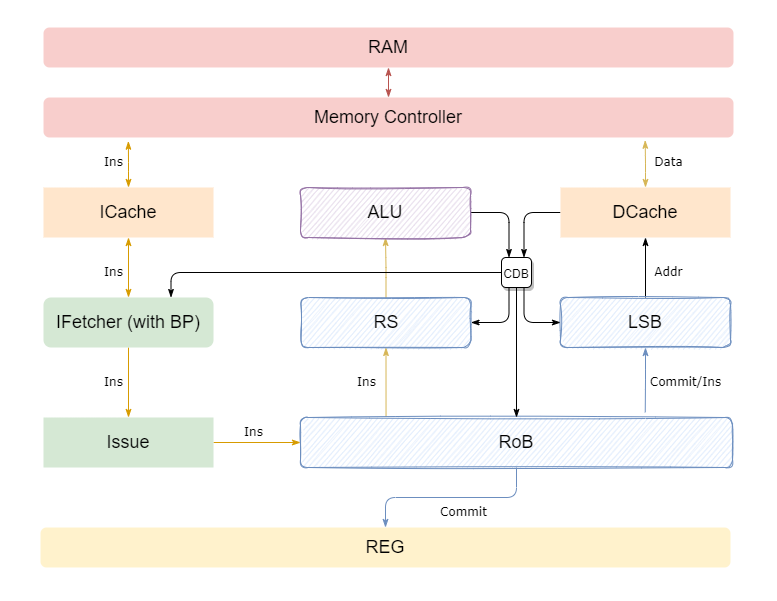
Before: README.assets/designment.png, a diagram exported from draw.io (Jerx2y/RISCV-CPU-2022). Source tidied: cells renumbered, new cells last; positions are measured from the earlier drawing's top-left corner, leaving out a move shared by most shapes. The source it was exported from:
```xml
<mxGraphModel>
  <root>
    <mxCell id="0" />
    <mxCell id="1" parent="0" />
    <mxCell id="2" style="edgeStyle=orthogonalEdgeStyle;rounded=1;jettySize=auto;html=1;exitX=0.5;exitY=1;exitDx=0;exitDy=0;entryX=0.5;entryY=0;entryDx=0;entryDy=0;labelBackgroundColor=default;fontSize=18;startArrow=classicThin;startFill=1;endArrow=classicThin;endFill=1;fillColor=#f8cecc;strokeColor=#b85450;" parent="1" edge="1" source="3" target="23">
      <mxGeometry relative="1" as="geometry" />
    </mxCell>
    <mxCell id="3" value="RAM" style="whiteSpace=wrap;html=1;glass=0;strokeColor=none;fontSize=18;fillColor=#f8cecc;rounded=1;" parent="1" vertex="1">
      <mxGeometry x="3" width="690" height="40" as="geometry" />
    </mxCell>
    <mxCell id="4" style="edgeStyle=orthogonalEdgeStyle;rounded=1;jettySize=auto;html=1;exitX=0.5;exitY=0;exitDx=0;exitDy=0;entryX=0.123;entryY=1.092;entryDx=0;entryDy=0;labelBackgroundColor=default;fontSize=18;startArrow=classicThin;startFill=1;endArrow=classicThin;endFill=1;fillColor=#ffe6cc;strokeColor=#d79b00;entryPerimeter=0;" parent="1" edge="1" source="6" target="23">
      <mxGeometry relative="1" as="geometry" />
    </mxCell>
    <mxCell id="5" style="edgeStyle=orthogonalEdgeStyle;rounded=1;jettySize=auto;html=1;exitX=0.5;exitY=1;exitDx=0;exitDy=0;entryX=0.5;entryY=0;entryDx=0;entryDy=0;labelBackgroundColor=default;fontSize=18;startArrow=classicThin;startFill=1;endArrow=classicThin;endFill=1;fillColor=#ffe6cc;strokeColor=#d79b00;" parent="1" edge="1" source="6" target="11">
      <mxGeometry relative="1" as="geometry" />
    </mxCell>
    <mxCell id="6" value="ICache" style="whiteSpace=wrap;html=1;glass=0;strokeColor=none;fontSize=18;fillColor=#ffe6cc;rounded=0;" parent="1" vertex="1">
      <mxGeometry x="3" y="160" width="170" height="50" as="geometry" />
    </mxCell>
    <mxCell id="7" style="edgeStyle=orthogonalEdgeStyle;rounded=1;jettySize=auto;html=1;exitX=0.5;exitY=0;exitDx=0;exitDy=0;entryX=0.872;entryY=1.069;entryDx=0;entryDy=0;entryPerimeter=0;labelBackgroundColor=default;fontSize=18;startArrow=classicThin;startFill=1;endArrow=classicThin;endFill=1;fillColor=#fff2cc;strokeColor=#d6b656;" parent="1" edge="1" source="9" target="23">
      <mxGeometry relative="1" as="geometry" />
    </mxCell>
    <mxCell id="8" style="edgeStyle=orthogonalEdgeStyle;rounded=1;jettySize=auto;html=1;exitX=0;exitY=0.5;exitDx=0;exitDy=0;entryX=0.75;entryY=0;entryDx=0;entryDy=0;labelBackgroundColor=default;fontSize=10;startArrow=none;startFill=0;endArrow=classicThin;endFill=1;" parent="1" edge="1" source="9" target="31">
      <mxGeometry relative="1" as="geometry" />
    </mxCell>
    <mxCell id="9" value="DCache" style="whiteSpace=wrap;html=1;glass=0;strokeColor=none;fontSize=18;fillColor=#ffe6cc;rounded=0;" parent="1" vertex="1">
      <mxGeometry x="520" y="160" width="170" height="50" as="geometry" />
    </mxCell>
    <mxCell id="10" style="edgeStyle=orthogonalEdgeStyle;rounded=1;jettySize=auto;html=1;exitX=0.5;exitY=1;exitDx=0;exitDy=0;entryX=0.5;entryY=0;entryDx=0;entryDy=0;labelBackgroundColor=default;fontSize=18;startArrow=none;startFill=0;endArrow=classicThin;endFill=1;fillColor=#ffe6cc;strokeColor=#d79b00;" parent="1" edge="1" source="11" target="13">
      <mxGeometry relative="1" as="geometry" />
    </mxCell>
    <mxCell id="11" value="IFetcher (with BP)" style="whiteSpace=wrap;html=1;glass=0;strokeColor=none;fontSize=18;fillColor=#d5e8d4;rounded=1;sketch=0;shadow=0;" parent="1" vertex="1">
      <mxGeometry x="3" y="270" width="170" height="50" as="geometry" />
    </mxCell>
    <mxCell id="12" style="edgeStyle=orthogonalEdgeStyle;rounded=1;jettySize=auto;html=1;exitX=1;exitY=0.5;exitDx=0;exitDy=0;entryX=0;entryY=0.5;entryDx=0;entryDy=0;labelBackgroundColor=default;fontSize=18;startArrow=none;startFill=0;endArrow=classicThin;endFill=1;fillColor=#ffe6cc;strokeColor=#d79b00;" parent="1" edge="1" source="13" target="15">
      <mxGeometry relative="1" as="geometry" />
    </mxCell>
    <mxCell id="13" value="Issue" style="whiteSpace=wrap;html=1;glass=0;strokeColor=none;fontSize=18;fillColor=#d5e8d4;rounded=0;" parent="1" vertex="1">
      <mxGeometry x="3" y="390" width="170" height="50" as="geometry" />
    </mxCell>
    <mxCell id="14" style="edgeStyle=orthogonalEdgeStyle;rounded=1;jettySize=auto;html=1;exitX=0.198;exitY=-0.016;exitDx=0;exitDy=0;entryX=0.5;entryY=1;entryDx=0;entryDy=0;labelBackgroundColor=default;fontSize=18;startArrow=none;startFill=0;endArrow=classicThin;endFill=1;exitPerimeter=0;fillColor=#fff2cc;strokeColor=#d6b656;" parent="1" edge="1" source="15" target="20">
      <mxGeometry relative="1" as="geometry" />
    </mxCell>
    <mxCell id="15" value="RoB" style="whiteSpace=wrap;html=1;glass=0;strokeColor=#6c8ebf;fontSize=18;fillColor=#dae8fc;rounded=1;sketch=1;" parent="1" vertex="1">
      <mxGeometry x="260" y="390" width="432" height="50" as="geometry" />
    </mxCell>
    <mxCell id="16" style="edgeStyle=orthogonalEdgeStyle;rounded=1;jettySize=auto;html=1;exitX=0.5;exitY=1;exitDx=0;exitDy=0;entryX=0.798;entryY=-0.104;entryDx=0;entryDy=0;entryPerimeter=0;labelBackgroundColor=default;fontSize=18;startArrow=classicThin;startFill=1;endArrow=none;endFill=0;fillColor=#dae8fc;strokeColor=#6c8ebf;" parent="1" edge="1" source="18" target="15">
      <mxGeometry relative="1" as="geometry" />
    </mxCell>
    <mxCell id="17" style="edgeStyle=orthogonalEdgeStyle;rounded=1;jettySize=auto;html=1;exitX=0.5;exitY=0;exitDx=0;exitDy=0;entryX=0.5;entryY=1;entryDx=0;entryDy=0;labelBackgroundColor=default;fontSize=18;startArrow=none;startFill=0;endArrow=classicThin;endFill=1;" parent="1" edge="1" source="18" target="9">
      <mxGeometry relative="1" as="geometry" />
    </mxCell>
    <mxCell id="18" value="LSB" style="whiteSpace=wrap;html=1;glass=0;strokeColor=#6c8ebf;fontSize=18;fillColor=#dae8fc;rounded=1;sketch=1;" parent="1" vertex="1">
      <mxGeometry x="520" y="270" width="170" height="50" as="geometry" />
    </mxCell>
    <mxCell id="19" style="edgeStyle=orthogonalEdgeStyle;rounded=1;jettySize=auto;html=1;exitX=0.5;exitY=0;exitDx=0;exitDy=0;entryX=0.5;entryY=1;entryDx=0;entryDy=0;labelBackgroundColor=default;fontSize=18;startArrow=none;startFill=0;endArrow=classicThin;endFill=1;fillColor=#fff2cc;strokeColor=#d6b656;" parent="1" edge="1" source="20" target="25">
      <mxGeometry relative="1" as="geometry" />
    </mxCell>
    <mxCell id="20" value="RS" style="whiteSpace=wrap;html=1;glass=0;strokeColor=#6c8ebf;fontSize=18;fillColor=#dae8fc;rounded=1;sketch=1;" parent="1" vertex="1">
      <mxGeometry x="260.5" y="270" width="170" height="50" as="geometry" />
    </mxCell>
    <mxCell id="21" style="edgeStyle=orthogonalEdgeStyle;rounded=1;jettySize=auto;html=1;exitX=0.5;exitY=0;exitDx=0;exitDy=0;labelBackgroundColor=default;fontSize=18;startArrow=classicThin;startFill=1;endArrow=none;endFill=0;fillColor=#dae8fc;strokeColor=#6c8ebf;" parent="1" edge="1" source="22" target="15">
      <mxGeometry relative="1" as="geometry" />
    </mxCell>
    <mxCell id="22" value="REG" style="whiteSpace=wrap;html=1;glass=0;fontSize=18;rounded=1;fillColor=#fff2cc;strokeColor=none;" parent="1" vertex="1">
      <mxGeometry y="500" width="690" height="40" as="geometry" />
    </mxCell>
    <mxCell id="23" value="Memory Controller" style="whiteSpace=wrap;html=1;glass=0;strokeColor=none;fontSize=18;fillColor=#f8cecc;rounded=1;" parent="1" vertex="1">
      <mxGeometry x="3" y="70" width="690" height="40" as="geometry" />
    </mxCell>
    <mxCell id="24" style="rounded=1;jettySize=auto;html=1;exitX=1;exitY=0.5;exitDx=0;exitDy=0;entryX=0.25;entryY=0;entryDx=0;entryDy=0;labelBackgroundColor=default;fontSize=10;startArrow=none;startFill=0;endArrow=classicThin;endFill=1;edgeStyle=orthogonalEdgeStyle;" parent="1" edge="1" source="25" target="31">
      <mxGeometry relative="1" as="geometry" />
    </mxCell>
    <mxCell id="25" value="ALU" style="whiteSpace=wrap;html=1;glass=0;strokeColor=#9673a6;fontSize=18;fillColor=#e1d5e7;rounded=1;shadow=0;sketch=1;" parent="1" vertex="1">
      <mxGeometry x="260" y="160" width="170" height="50" as="geometry" />
    </mxCell>
    <mxCell id="26" style="edgeStyle=orthogonalEdgeStyle;rounded=1;orthogonalLoop=1;jettySize=auto;html=1;exitX=0.5;exitY=1;exitDx=0;exitDy=0;labelBackgroundColor=default;fontSize=18;startArrow=classicThin;startFill=1;endArrow=classicThin;endFill=1;" parent="1" edge="1" source="23" target="23">
      <mxGeometry relative="1" as="geometry" />
    </mxCell>
    <mxCell id="27" style="edgeStyle=orthogonalEdgeStyle;rounded=1;jettySize=auto;html=1;exitX=0.25;exitY=1;exitDx=0;exitDy=0;entryX=1;entryY=0.5;entryDx=0;entryDy=0;labelBackgroundColor=default;fontSize=10;startArrow=none;startFill=0;endArrow=classicThin;endFill=1;" parent="1" edge="1" source="31" target="20">
      <mxGeometry relative="1" as="geometry" />
    </mxCell>
    <mxCell id="28" style="edgeStyle=orthogonalEdgeStyle;rounded=1;jettySize=auto;html=1;exitX=0.75;exitY=1;exitDx=0;exitDy=0;entryX=0;entryY=0.5;entryDx=0;entryDy=0;labelBackgroundColor=default;fontSize=10;startArrow=none;startFill=0;endArrow=classicThin;endFill=1;" parent="1" edge="1" source="31" target="18">
      <mxGeometry relative="1" as="geometry" />
    </mxCell>
    <mxCell id="29" style="edgeStyle=orthogonalEdgeStyle;rounded=1;jettySize=auto;html=1;exitX=0.5;exitY=1;exitDx=0;exitDy=0;entryX=0.5;entryY=0;entryDx=0;entryDy=0;labelBackgroundColor=default;fontSize=10;startArrow=none;startFill=0;endArrow=classicThin;endFill=1;" parent="1" edge="1" source="31" target="15">
      <mxGeometry relative="1" as="geometry" />
    </mxCell>
    <mxCell id="30" style="edgeStyle=orthogonalEdgeStyle;rounded=1;jettySize=auto;html=1;exitX=0;exitY=0.5;exitDx=0;exitDy=0;entryX=0.75;entryY=0;entryDx=0;entryDy=0;labelBackgroundColor=default;fontSize=10;startArrow=none;startFill=0;endArrow=classicThin;endFill=1;" parent="1" edge="1" source="31" target="11">
      <mxGeometry relative="1" as="geometry" />
    </mxCell>
    <mxCell id="31" value="&lt;font style=&quot;font-size: 10px;&quot;&gt;CDB&lt;/font&gt;" style="whiteSpace=wrap;html=1;glass=0;fontSize=18;rounded=1;strokeColor=default;shadow=1;" parent="1" vertex="1">
      <mxGeometry x="461" y="230" width="30" height="30" as="geometry" />
    </mxCell>
    <mxCell id="32" value="Commit/Ins" style="text;html=1;align=center;verticalAlign=middle;strokeColor=none;fillColor=none;fontSize=10;fontFamily=Verdana;" parent="1" vertex="1">
      <mxGeometry x="600" y="340" width="90" height="30" as="geometry" />
    </mxCell>
    <mxCell id="33" value="Commit" style="text;html=1;align=center;verticalAlign=middle;strokeColor=none;fillColor=none;fontSize=10;fontFamily=Verdana;" parent="1" vertex="1">
      <mxGeometry x="388" y="470" width="70" height="30" as="geometry" />
    </mxCell>
    <mxCell id="34" value="Addr" style="text;html=1;align=center;verticalAlign=middle;strokeColor=none;fillColor=none;fontSize=10;fontFamily=Verdana;" parent="1" vertex="1">
      <mxGeometry x="603" y="230" width="50" height="30" as="geometry" />
    </mxCell>
    <mxCell id="35" value="Data" style="text;html=1;align=center;verticalAlign=middle;strokeColor=none;fillColor=none;fontSize=10;fontFamily=Verdana;" parent="1" vertex="1">
      <mxGeometry x="603" y="120" width="50" height="30" as="geometry" />
    </mxCell>
    <mxCell id="36" value="Ins" style="text;html=1;align=center;verticalAlign=middle;strokeColor=none;fillColor=none;fontSize=10;fontFamily=Verdana;" parent="1" vertex="1">
      <mxGeometry x="53" y="230" width="40" height="30" as="geometry" />
    </mxCell>
    <mxCell id="37" value="Ins" style="text;html=1;align=center;verticalAlign=middle;strokeColor=none;fillColor=none;fontSize=10;fontFamily=Verdana;" parent="1" vertex="1">
      <mxGeometry x="53" y="120" width="40" height="30" as="geometry" />
    </mxCell>
    <mxCell id="38" value="Ins" style="text;html=1;align=center;verticalAlign=middle;strokeColor=none;fillColor=none;fontSize=10;fontFamily=Verdana;" parent="1" vertex="1">
      <mxGeometry x="53" y="340" width="40" height="30" as="geometry" />
    </mxCell>
    <mxCell id="39" value="Ins" style="text;html=1;align=center;verticalAlign=middle;strokeColor=none;fillColor=none;fontSize=10;fontFamily=Verdana;" parent="1" vertex="1">
      <mxGeometry x="193" y="390" width="40" height="30" as="geometry" />
    </mxCell>
    <mxCell id="40" value="Ins" style="text;html=1;align=center;verticalAlign=middle;strokeColor=none;fillColor=none;fontSize=10;fontFamily=Verdana;" parent="1" vertex="1">
      <mxGeometry x="306" y="340" width="40" height="30" as="geometry" />
    </mxCell>
  </root>
</mxGraphModel>
```
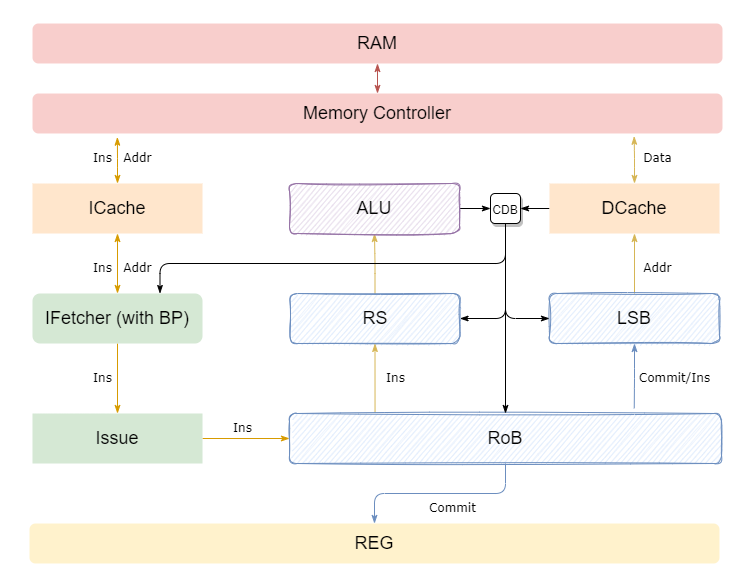
The same diagram one commit later.

The edit, as a diff of the source:
```diff
@@ -20,7 +20,7 @@
     <mxCell id="7" style="edgeStyle=orthogonalEdgeStyle;rounded=1;jettySize=auto;html=1;exitX=0.5;exitY=0;exitDx=0;exitDy=0;entryX=0.872;entryY=1.069;entryDx=0;entryDy=0;entryPerimeter=0;labelBackgroundColor=default;fontSize=18;startArrow=classicThin;startFill=1;endArrow=classicThin;endFill=1;fillColor=#fff2cc;strokeColor=#d6b656;" parent="1" edge="1" source="9" target="23">
       <mxGeometry relative="1" as="geometry" />
     </mxCell>
-    <mxCell id="8" style="edgeStyle=orthogonalEdgeStyle;rounded=1;jettySize=auto;html=1;exitX=0;exitY=0.5;exitDx=0;exitDy=0;entryX=0.75;entryY=0;entryDx=0;entryDy=0;labelBackgroundColor=default;fontSize=10;startArrow=none;startFill=0;endArrow=classicThin;endFill=1;" parent="1" edge="1" source="9" target="31">
+    <mxCell id="8" style="edgeStyle=orthogonalEdgeStyle;rounded=1;jettySize=auto;html=1;exitX=0;exitY=0.5;exitDx=0;exitDy=0;entryX=1;entryY=0.5;entryDx=0;entryDy=0;labelBackgroundColor=default;fontSize=10;startArrow=none;startFill=0;endArrow=classicThin;endFill=1;" parent="1" edge="1" source="9" target="31">
       <mxGeometry relative="1" as="geometry" />
     </mxCell>
     <mxCell id="9" value="DCache" style="whiteSpace=wrap;html=1;glass=0;strokeColor=none;fontSize=18;fillColor=#ffe6cc;rounded=0;" parent="1" vertex="1">
@@ -47,7 +47,7 @@
     <mxCell id="16" style="edgeStyle=orthogonalEdgeStyle;rounded=1;jettySize=auto;html=1;exitX=0.5;exitY=1;exitDx=0;exitDy=0;entryX=0.798;entryY=-0.104;entryDx=0;entryDy=0;entryPerimeter=0;labelBackgroundColor=default;fontSize=18;startArrow=classicThin;startFill=1;endArrow=none;endFill=0;fillColor=#dae8fc;strokeColor=#6c8ebf;" parent="1" edge="1" source="18" target="15">
       <mxGeometry relative="1" as="geometry" />
     </mxCell>
-    <mxCell id="17" style="edgeStyle=orthogonalEdgeStyle;rounded=1;jettySize=auto;html=1;exitX=0.5;exitY=0;exitDx=0;exitDy=0;entryX=0.5;entryY=1;entryDx=0;entryDy=0;labelBackgroundColor=default;fontSize=18;startArrow=none;startFill=0;endArrow=classicThin;endFill=1;" parent="1" edge="1" source="18" target="9">
+    <mxCell id="17" style="edgeStyle=orthogonalEdgeStyle;rounded=1;jettySize=auto;html=1;exitX=0.5;exitY=0;exitDx=0;exitDy=0;entryX=0.5;entryY=1;entryDx=0;entryDy=0;labelBackgroundColor=default;fontSize=18;startArrow=none;startFill=0;endArrow=classicThin;endFill=1;fillColor=#fff2cc;strokeColor=#d6b656;" parent="1" edge="1" source="18" target="9">
       <mxGeometry relative="1" as="geometry" />
     </mxCell>
     <mxCell id="18" value="LSB" style="whiteSpace=wrap;html=1;glass=0;strokeColor=#6c8ebf;fontSize=18;fillColor=#dae8fc;rounded=1;sketch=1;" parent="1" vertex="1">
@@ -68,7 +68,7 @@
     <mxCell id="23" value="Memory Controller" style="whiteSpace=wrap;html=1;glass=0;strokeColor=none;fontSize=18;fillColor=#f8cecc;rounded=1;" parent="1" vertex="1">
       <mxGeometry x="3" y="70" width="690" height="40" as="geometry" />
     </mxCell>
-    <mxCell id="24" style="rounded=1;jettySize=auto;html=1;exitX=1;exitY=0.5;exitDx=0;exitDy=0;entryX=0.25;entryY=0;entryDx=0;entryDy=0;labelBackgroundColor=default;fontSize=10;startArrow=none;startFill=0;endArrow=classicThin;endFill=1;edgeStyle=orthogonalEdgeStyle;" parent="1" edge="1" source="25" target="31">
+    <mxCell id="24" style="rounded=1;jettySize=auto;html=1;exitX=1;exitY=0.5;exitDx=0;exitDy=0;entryX=0;entryY=0.5;entryDx=0;entryDy=0;labelBackgroundColor=default;fontSize=10;startArrow=none;startFill=0;endArrow=classicThin;endFill=1;edgeStyle=orthogonalEdgeStyle;" parent="1" edge="1" source="25" target="31">
       <mxGeometry relative="1" as="geometry" />
     </mxCell>
     <mxCell id="25" value="ALU" style="whiteSpace=wrap;html=1;glass=0;strokeColor=#9673a6;fontSize=18;fillColor=#e1d5e7;rounded=1;shadow=0;sketch=1;" parent="1" vertex="1">
@@ -77,20 +77,25 @@
     <mxCell id="26" style="edgeStyle=orthogonalEdgeStyle;rounded=1;orthogonalLoop=1;jettySize=auto;html=1;exitX=0.5;exitY=1;exitDx=0;exitDy=0;labelBackgroundColor=default;fontSize=18;startArrow=classicThin;startFill=1;endArrow=classicThin;endFill=1;" parent="1" edge="1" source="23" target="23">
       <mxGeometry relative="1" as="geometry" />
     </mxCell>
-    <mxCell id="27" style="edgeStyle=orthogonalEdgeStyle;rounded=1;jettySize=auto;html=1;exitX=0.25;exitY=1;exitDx=0;exitDy=0;entryX=1;entryY=0.5;entryDx=0;entryDy=0;labelBackgroundColor=default;fontSize=10;startArrow=none;startFill=0;endArrow=classicThin;endFill=1;" parent="1" edge="1" source="31" target="20">
+    <mxCell id="27" style="edgeStyle=orthogonalEdgeStyle;rounded=1;jettySize=auto;html=1;exitX=0.5;exitY=1;exitDx=0;exitDy=0;entryX=1;entryY=0.5;entryDx=0;entryDy=0;labelBackgroundColor=default;fontSize=10;startArrow=none;startFill=0;endArrow=classicThin;endFill=1;" parent="1" edge="1" source="31" target="20">
       <mxGeometry relative="1" as="geometry" />
     </mxCell>
-    <mxCell id="28" style="edgeStyle=orthogonalEdgeStyle;rounded=1;jettySize=auto;html=1;exitX=0.75;exitY=1;exitDx=0;exitDy=0;entryX=0;entryY=0.5;entryDx=0;entryDy=0;labelBackgroundColor=default;fontSize=10;startArrow=none;startFill=0;endArrow=classicThin;endFill=1;" parent="1" edge="1" source="31" target="18">
+    <mxCell id="28" style="edgeStyle=orthogonalEdgeStyle;rounded=1;jettySize=auto;html=1;exitX=0.5;exitY=1;exitDx=0;exitDy=0;entryX=0;entryY=0.5;entryDx=0;entryDy=0;labelBackgroundColor=default;fontSize=10;startArrow=none;startFill=0;endArrow=classicThin;endFill=1;" parent="1" edge="1" source="31" target="18">
       <mxGeometry relative="1" as="geometry" />
     </mxCell>
     <mxCell id="29" style="edgeStyle=orthogonalEdgeStyle;rounded=1;jettySize=auto;html=1;exitX=0.5;exitY=1;exitDx=0;exitDy=0;entryX=0.5;entryY=0;entryDx=0;entryDy=0;labelBackgroundColor=default;fontSize=10;startArrow=none;startFill=0;endArrow=classicThin;endFill=1;" parent="1" edge="1" source="31" target="15">
       <mxGeometry relative="1" as="geometry" />
     </mxCell>
-    <mxCell id="30" style="edgeStyle=orthogonalEdgeStyle;rounded=1;jettySize=auto;html=1;exitX=0;exitY=0.5;exitDx=0;exitDy=0;entryX=0.75;entryY=0;entryDx=0;entryDy=0;labelBackgroundColor=default;fontSize=10;startArrow=none;startFill=0;endArrow=classicThin;endFill=1;" parent="1" edge="1" source="31" target="11">
-      <mxGeometry relative="1" as="geometry" />
+    <mxCell id="30" style="edgeStyle=orthogonalEdgeStyle;rounded=1;jettySize=auto;html=1;exitX=0.5;exitY=1;exitDx=0;exitDy=0;entryX=0.75;entryY=0;entryDx=0;entryDy=0;labelBackgroundColor=default;fontSize=10;startArrow=none;startFill=0;endArrow=classicThin;endFill=1;elbow=vertical;" parent="1" edge="1" source="31" target="11">
+      <mxGeometry relative="1" as="geometry">
+        <Array as="points">
+          <mxPoint x="476" y="240" />
+          <mxPoint x="131" y="240" />
+        </Array>
+      </mxGeometry>
     </mxCell>
     <mxCell id="31" value="&lt;font style=&quot;font-size: 10px;&quot;&gt;CDB&lt;/font&gt;" style="whiteSpace=wrap;html=1;glass=0;fontSize=18;rounded=1;strokeColor=default;shadow=1;" parent="1" vertex="1">
-      <mxGeometry x="461" y="230" width="30" height="30" as="geometry" />
+      <mxGeometry x="461" y="170" width="30" height="30" as="geometry" />
     </mxCell>
     <mxCell id="32" value="Commit/Ins" style="text;html=1;align=center;verticalAlign=middle;strokeColor=none;fillColor=none;fontSize=10;fontFamily=Verdana;" parent="1" vertex="1">
       <mxGeometry x="600" y="340" width="90" height="30" as="geometry" />
@@ -117,7 +122,13 @@
       <mxGeometry x="193" y="390" width="40" height="30" as="geometry" />
     </mxCell>
     <mxCell id="40" value="Ins" style="text;html=1;align=center;verticalAlign=middle;strokeColor=none;fillColor=none;fontSize=10;fontFamily=Verdana;" parent="1" vertex="1">
-      <mxGeometry x="306" y="340" width="40" height="30" as="geometry" />
+      <mxGeometry x="346" y="340" width="40" height="30" as="geometry" />
     </mxCell>
+    <mxCell id="41" value="Addr" style="text;html=1;align=center;verticalAlign=middle;strokeColor=none;fillColor=none;fontSize=10;fontFamily=Verdana;" parent="1" vertex="1">
+      <mxGeometry x="83" y="120" width="50" height="30" as="geometry" />
+    </mxCell>
+    <mxCell id="42" value="Addr" style="text;html=1;align=center;verticalAlign=middle;strokeColor=none;fillColor=none;fontSize=10;fontFamily=Verdana;" parent="1" vertex="1">
+      <mxGeometry x="83" y="230" width="50" height="30" as="geometry" />
+    </mxCell>
   </root>
 </mxGraphModel>
```
